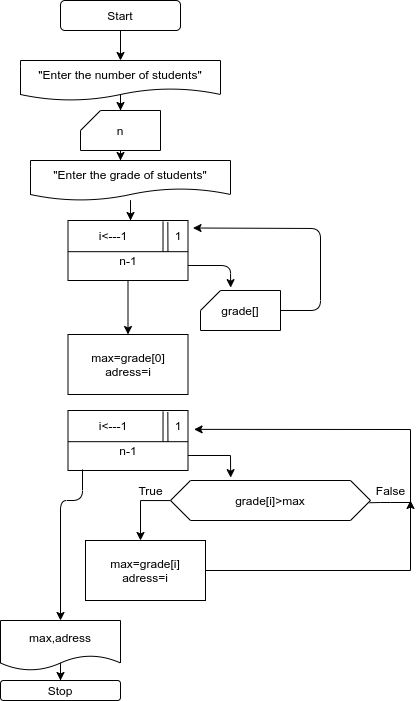
The draw.io diagram highest_point.png in celaltas/Data-Structures-And-Algorithms, before a commit. Source tidied: cells renumbered, new cells last; positions are measured from the earlier drawing's top-left corner, leaving out a move shared by most shapes. The source it was exported from:
```xml
<mxGraphModel>
  <root>
    <mxCell id="0" />
    <mxCell id="1" parent="0" />
    <mxCell id="2" style="edgeStyle=orthogonalEdgeStyle;rounded=0;jettySize=auto;html=1;" parent="1" edge="1" source="3">
      <mxGeometry relative="1" as="geometry">
        <mxPoint x="120" y="60" as="targetPoint" />
      </mxGeometry>
    </mxCell>
    <mxCell id="3" value="Start" style="rounded=1;whiteSpace=wrap;html=1;" parent="1" vertex="1">
      <mxGeometry x="60" width="120" height="30" as="geometry" />
    </mxCell>
    <mxCell id="4" style="edgeStyle=orthogonalEdgeStyle;rounded=0;jettySize=auto;html=1;entryX=0.5;entryY=0;entryDx=0;entryDy=0;entryPerimeter=0;" parent="1" edge="1" source="5" target="7">
      <mxGeometry relative="1" as="geometry" />
    </mxCell>
    <mxCell id="5" value="&quot;Enter the number of students&quot;" style="shape=document;whiteSpace=wrap;html=1;boundedLbl=1;" parent="1" vertex="1">
      <mxGeometry x="20" y="60" width="200" height="40" as="geometry" />
    </mxCell>
    <mxCell id="6" style="edgeStyle=orthogonalEdgeStyle;rounded=0;jettySize=auto;html=1;entryX=0.45;entryY=0;entryDx=0;entryDy=0;entryPerimeter=0;" parent="1" edge="1" source="7" target="9">
      <mxGeometry relative="1" as="geometry" />
    </mxCell>
    <mxCell id="7" value="n" style="shape=card;whiteSpace=wrap;html=1;size=20;" parent="1" vertex="1">
      <mxGeometry x="80" y="110" width="80" height="40" as="geometry" />
    </mxCell>
    <mxCell id="8" style="edgeStyle=orthogonalEdgeStyle;rounded=0;jettySize=auto;html=1;entryX=0.521;entryY=1;entryDx=0;entryDy=0;entryPerimeter=0;" parent="1" edge="1" source="9" target="12">
      <mxGeometry relative="1" as="geometry" />
    </mxCell>
    <mxCell id="9" value="&quot;Enter the grade of students&quot;" style="shape=document;whiteSpace=wrap;html=1;boundedLbl=1;" parent="1" vertex="1">
      <mxGeometry x="30" y="160" width="200" height="40" as="geometry" />
    </mxCell>
    <mxCell id="10" value="grade[]" style="shape=card;whiteSpace=wrap;html=1;size=20;" parent="1" vertex="1">
      <mxGeometry x="200" y="290" width="80" height="40" as="geometry" />
    </mxCell>
    <mxCell id="11" style="edgeStyle=orthogonalEdgeStyle;rounded=0;jettySize=auto;html=1;" parent="1" edge="1" source="12" target="21">
      <mxGeometry relative="1" as="geometry" />
    </mxCell>
    <mxCell id="12" style="rounded=0;whiteSpace=wrap;html=1;flipV=1;" parent="1" vertex="1">
      <mxGeometry x="67.5" y="220" width="120" height="60" as="geometry" />
    </mxCell>
    <mxCell id="13" style="endArrow=none;html=1;exitX=0;exitY=0.5;exitDx=0;exitDy=0;entryX=1;entryY=0.5;entryDx=0;entryDy=0;flipV=1;" parent="1" edge="1" source="12" target="12">
      <mxGeometry relative="1" as="geometry" />
    </mxCell>
    <mxCell id="14" style="endArrow=none;html=1;entryX=0.161;entryY=-0.003;entryDx=0;entryDy=0;entryPerimeter=0;flipV=1;exitX=0.165;exitY=0.984;exitDx=0;exitDy=0;exitPerimeter=0;" parent="1" edge="1" source="16" target="16">
      <mxGeometry relative="1" as="geometry" />
    </mxCell>
    <mxCell id="15" style="endArrow=none;html=1;entryX=0.833;entryY=0.006;entryDx=0;entryDy=0;entryPerimeter=0;flipV=1;" parent="1" edge="1">
      <mxGeometry relative="1" as="geometry">
        <mxPoint x="162.5" y="249.6" as="sourcePoint" />
        <mxPoint x="162.5" y="220" as="targetPoint" />
      </mxGeometry>
    </mxCell>
    <mxCell id="16" value="1" style="text;html=1;strokeColor=none;fillColor=none;align=center;verticalAlign=middle;whiteSpace=wrap;rounded=0;flipV=1;" parent="1" vertex="1">
      <mxGeometry x="162.5" y="220" width="30" height="30" as="geometry" />
    </mxCell>
    <mxCell id="17" value="i&amp;lt;---1" style="text;html=1;strokeColor=none;fillColor=none;align=center;verticalAlign=middle;whiteSpace=wrap;rounded=0;flipV=1;" parent="1" vertex="1">
      <mxGeometry x="92.5" y="225" width="40" height="20" as="geometry" />
    </mxCell>
    <mxCell id="18" value="n-1" style="text;html=1;strokeColor=none;fillColor=none;align=center;verticalAlign=middle;whiteSpace=wrap;rounded=0;flipV=1;" parent="1" vertex="1">
      <mxGeometry x="107.5" y="250" width="40" height="20" as="geometry" />
    </mxCell>
    <mxCell id="19" style="endArrow=classic;html=1;exitX=1;exitY=0.75;exitDx=0;exitDy=0;entryX=0.377;entryY=-0.071;entryDx=0;entryDy=0;entryPerimeter=0;" parent="1" edge="1" source="12" target="10">
      <mxGeometry relative="1" as="geometry">
        <Array as="points">
          <mxPoint x="230" y="265" />
        </Array>
      </mxGeometry>
    </mxCell>
    <mxCell id="20" style="endArrow=classic;html=1;exitX=1;exitY=0.5;exitDx=0;exitDy=0;exitPerimeter=0;entryX=1;entryY=0.25;entryDx=0;entryDy=0;" parent="1" edge="1" source="10" target="16">
      <mxGeometry relative="1" as="geometry">
        <Array as="points">
          <mxPoint x="320" y="310" />
          <mxPoint x="320" y="228" />
        </Array>
      </mxGeometry>
    </mxCell>
    <mxCell id="21" value="max=grade[0]&lt;br&gt;adress=i" style="rounded=0;whiteSpace=wrap;html=1;flipV=1;" parent="1" vertex="1">
      <mxGeometry x="67.5" y="334" width="120" height="60" as="geometry" />
    </mxCell>
    <mxCell id="22" style="rounded=0;whiteSpace=wrap;html=1;flipV=1;" parent="1" vertex="1">
      <mxGeometry x="67.5" y="410" width="120" height="60" as="geometry" />
    </mxCell>
    <mxCell id="23" style="endArrow=none;html=1;exitX=0;exitY=0.5;exitDx=0;exitDy=0;entryX=1;entryY=0.5;entryDx=0;entryDy=0;flipV=1;" parent="1" edge="1" source="22" target="22">
      <mxGeometry relative="1" as="geometry" />
    </mxCell>
    <mxCell id="24" style="endArrow=none;html=1;entryX=0.161;entryY=-0.003;entryDx=0;entryDy=0;entryPerimeter=0;flipV=1;exitX=0.165;exitY=0.984;exitDx=0;exitDy=0;exitPerimeter=0;" parent="1" edge="1" source="26" target="26">
      <mxGeometry relative="1" as="geometry" />
    </mxCell>
    <mxCell id="25" style="endArrow=none;html=1;entryX=0.833;entryY=0.006;entryDx=0;entryDy=0;entryPerimeter=0;flipV=1;" parent="1" edge="1">
      <mxGeometry relative="1" as="geometry">
        <mxPoint x="162.5" y="439.6" as="sourcePoint" />
        <mxPoint x="162.5" y="410" as="targetPoint" />
      </mxGeometry>
    </mxCell>
    <mxCell id="26" value="1" style="text;html=1;strokeColor=none;fillColor=none;align=center;verticalAlign=middle;whiteSpace=wrap;rounded=0;flipV=1;" parent="1" vertex="1">
      <mxGeometry x="162.5" y="410" width="30" height="30" as="geometry" />
    </mxCell>
    <mxCell id="27" value="i&amp;lt;---1" style="text;html=1;strokeColor=none;fillColor=none;align=center;verticalAlign=middle;whiteSpace=wrap;rounded=0;flipV=1;" parent="1" vertex="1">
      <mxGeometry x="92.5" y="415" width="40" height="20" as="geometry" />
    </mxCell>
    <mxCell id="28" value="n-1" style="text;html=1;strokeColor=none;fillColor=none;align=center;verticalAlign=middle;whiteSpace=wrap;rounded=0;flipV=1;" parent="1" vertex="1">
      <mxGeometry x="107.5" y="440" width="40" height="20" as="geometry" />
    </mxCell>
    <mxCell id="29" style="endArrow=classic;html=1;exitX=1;exitY=0.75;exitDx=0;exitDy=0;entryX=0.377;entryY=-0.071;entryDx=0;entryDy=0;entryPerimeter=0;rounded=0;" parent="1" edge="1" source="22">
      <mxGeometry relative="1" as="geometry">
        <mxPoint x="230.2" y="477.2" as="targetPoint" />
        <Array as="points">
          <mxPoint x="230" y="455" />
        </Array>
      </mxGeometry>
    </mxCell>
    <mxCell id="30" style="edgeStyle=orthogonalEdgeStyle;rounded=0;jettySize=auto;html=1;" parent="1" edge="1" source="31">
      <mxGeometry relative="1" as="geometry">
        <mxPoint x="140" y="540" as="targetPoint" />
      </mxGeometry>
    </mxCell>
    <mxCell id="31" value="grade[i]&amp;gt;max" style="shape=hexagon;perimeter=hexagonPerimeter2;whiteSpace=wrap;html=1;fixedSize=1;" parent="1" vertex="1">
      <mxGeometry x="170" y="480" width="200" height="40" as="geometry" />
    </mxCell>
    <mxCell id="32" value="True" style="text;html=1;align=center;verticalAlign=middle;" parent="1" vertex="1">
      <mxGeometry x="130" y="480" width="40" height="20" as="geometry" />
    </mxCell>
    <mxCell id="33" value="False" style="text;html=1;align=center;verticalAlign=middle;" parent="1" vertex="1">
      <mxGeometry x="370" y="480" width="40" height="20" as="geometry" />
    </mxCell>
    <mxCell id="34" value="max=grade[i]&lt;br&gt;adress=i" style="rounded=0;whiteSpace=wrap;html=1;" parent="1" vertex="1">
      <mxGeometry x="85" y="540" width="120" height="60" as="geometry" />
    </mxCell>
    <mxCell id="35" style="endArrow=classic;html=1;exitX=0.996;exitY=0.556;exitDx=0;exitDy=0;exitPerimeter=0;entryX=1.036;entryY=0.371;entryDx=0;entryDy=0;entryPerimeter=0;rounded=0;" parent="1" edge="1" source="31" target="26">
      <mxGeometry relative="1" as="geometry">
        <Array as="points">
          <mxPoint x="380" y="502" />
          <mxPoint x="390" y="502" />
          <mxPoint x="410" y="502" />
          <mxPoint x="410" y="429" />
        </Array>
      </mxGeometry>
    </mxCell>
    <mxCell id="36" style="endArrow=classic;html=1;exitX=1;exitY=0.5;exitDx=0;exitDy=0;rounded=0;" parent="1" edge="1" source="34">
      <mxGeometry relative="1" as="geometry">
        <mxPoint x="410" y="500" as="targetPoint" />
        <Array as="points">
          <mxPoint x="410" y="570" />
        </Array>
      </mxGeometry>
    </mxCell>
    <mxCell id="37" style="endArrow=classic;html=1;exitX=0.121;exitY=0.017;exitDx=0;exitDy=0;exitPerimeter=0;" parent="1" edge="1" source="22" target="39">
      <mxGeometry relative="1" as="geometry">
        <Array as="points">
          <mxPoint x="82" y="500" />
          <mxPoint x="60" y="500" />
        </Array>
      </mxGeometry>
    </mxCell>
    <mxCell id="38" style="edgeStyle=orthogonalEdgeStyle;rounded=0;jettySize=auto;html=1;entryX=0.5;entryY=0;entryDx=0;entryDy=0;" parent="1" edge="1" source="39" target="40">
      <mxGeometry relative="1" as="geometry" />
    </mxCell>
    <mxCell id="39" value="max,adress" style="shape=document;whiteSpace=wrap;html=1;boundedLbl=1;" parent="1" vertex="1">
      <mxGeometry y="620" width="120" height="50" as="geometry" />
    </mxCell>
    <mxCell id="40" value="Stop" style="rounded=1;whiteSpace=wrap;html=1;" parent="1" vertex="1">
      <mxGeometry y="680" width="120" height="20" as="geometry" />
    </mxCell>
  </root>
</mxGraphModel>
```
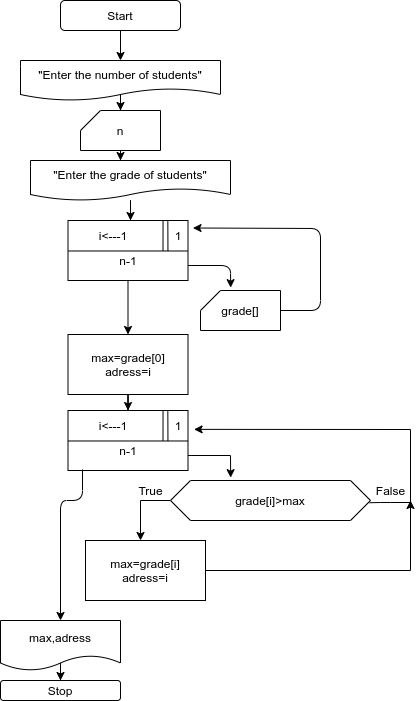
Above is the later version.

Change to the diagram source:
```diff
@@ -73,6 +73,9 @@
         </Array>
       </mxGeometry>
     </mxCell>
+    <mxCell id="41" style="edgeStyle=orthogonalEdgeStyle;rounded=0;jettySize=auto;html=1;entryX=0.5;entryY=0;entryDx=0;entryDy=0;" parent="1" edge="1" source="21" target="22">
+      <mxGeometry relative="1" as="geometry" />
+    </mxCell>
     <mxCell id="21" value="max=grade[0]&lt;br&gt;adress=i" style="rounded=0;whiteSpace=wrap;html=1;flipV=1;" parent="1" vertex="1">
       <mxGeometry x="67.5" y="334" width="120" height="60" as="geometry" />
     </mxCell>
```
